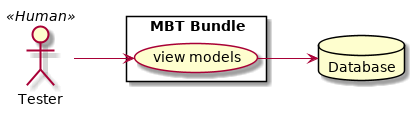
Before: diagrams/models/use-case.png, a diagram exported from PlantUML (tienvx/mbt-assets). The source it was exported from:
```plantuml
@startuml

left to right direction
skinparam packageStyle rectangle

actor Tester as tester << Human >>
database Database as database

rectangle "MBT Bundle" {
  tester --> (view models)
  (view models) --> database
}

@enduml
```
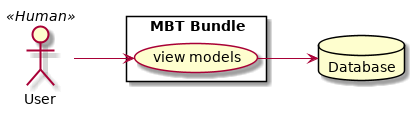
After the commit.

The edit, as a diff of the source:
```diff
@@ -3,11 +3,11 @@
 left to right direction
 skinparam packageStyle rectangle
 
-actor Tester as tester << Human >>
+actor User as user << Human >>
 database Database as database
 
 rectangle "MBT Bundle" {
-  tester --> (view models)
+  user --> (view models)
   (view models) --> database
 }
 
```
